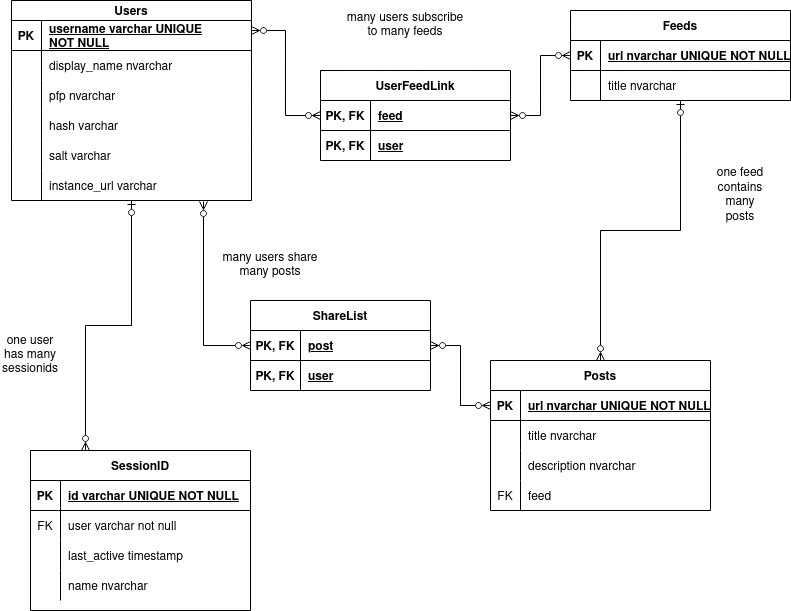
Above: planning/erdiagram.png in kittycat-homes/rssc-intract (draw.io), before the change. Source tidied: cells renumbered, new cells last; positions are measured from the earlier drawing's top-left corner, leaving out a move shared by most shapes.
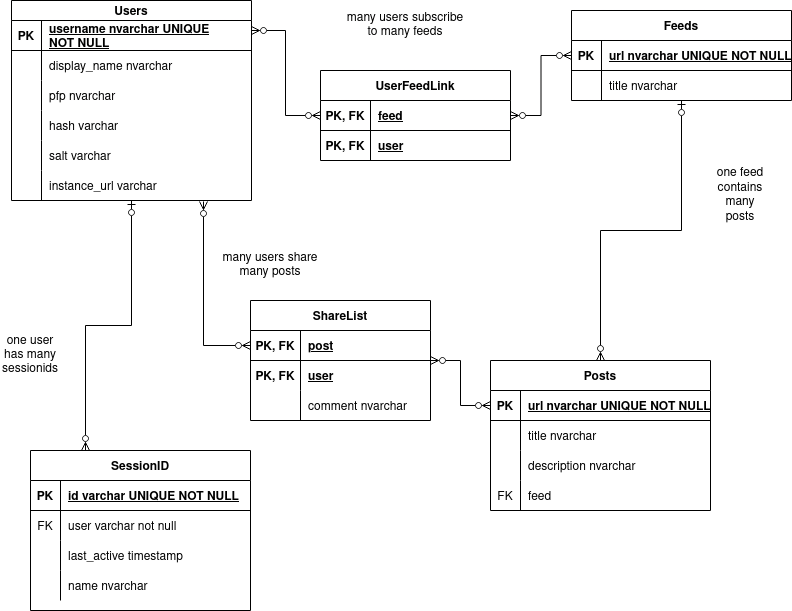
The same diagram one commit later.

The edit, as a diff of the source:
```diff
@@ -14,7 +14,7 @@
     <mxCell id="5" value="PK" style="shape=partialRectangle;fillColor=none;top=0;left=0;bottom=0;right=0;fontStyle=1;overflow=hidden;" parent="4" vertex="1">
       <mxGeometry width="30" height="30" as="geometry" />
     </mxCell>
-    <mxCell id="6" value="username varchar UNIQUE &#10;NOT NULL" style="shape=partialRectangle;fillColor=none;top=0;left=0;bottom=0;right=0;align=left;spacingLeft=6;fontStyle=5;overflow=hidden;" parent="4" vertex="1">
+    <mxCell id="6" value="username nvarchar UNIQUE &#10;NOT NULL" style="shape=partialRectangle;fillColor=none;top=0;left=0;bottom=0;right=0;align=left;spacingLeft=6;fontStyle=5;overflow=hidden;" parent="4" vertex="1">
       <mxGeometry x="30" width="210" height="30" as="geometry" />
     </mxCell>
     <mxCell id="7" style="shape=tableRow;horizontal=0;startSize=0;swimlaneHead=0;swimlaneBody=0;fillColor=none;top=0;left=0;right=0;bottom=0;" parent="3" vertex="1">
@@ -63,7 +63,7 @@
       <mxGeometry x="30" width="210" height="30" as="geometry" />
     </mxCell>
     <mxCell id="22" value="Feeds" style="shape=table;startSize=30;rowLines=0;fontStyle=1;align=center;" parent="1" vertex="1">
-      <mxGeometry x="570" y="10" width="220" height="90" as="geometry" />
+      <mxGeometry x="571" y="10" width="220" height="90" as="geometry" />
     </mxCell>
     <mxCell id="23" style="shape=tableRow;horizontal=0;startSize=0;swimlaneHead=0;swimlaneBody=0;fillColor=none;points=[[0,0.5],[1,0.5]];portConstraint=eastwest;top=0;left=0;right=0;bottom=1;" parent="22" vertex="1">
       <mxGeometry y="30" width="220" height="30" as="geometry" />
@@ -167,7 +167,7 @@
       <mxGeometry relative="1" as="geometry" />
     </mxCell>
     <mxCell id="55" value="ShareList" style="shape=table;startSize=30;rowLines=0;fontStyle=1;align=center;" parent="1" vertex="1">
-      <mxGeometry x="250" y="300" width="180" height="90" as="geometry" />
+      <mxGeometry x="250" y="300" width="180" height="120" as="geometry" />
     </mxCell>
     <mxCell id="56" style="shape=tableRow;horizontal=0;startSize=0;swimlaneHead=0;swimlaneBody=0;fillColor=none;points=[[0,0.5],[1,0.5]];portConstraint=eastwest;top=0;left=0;right=0;bottom=1;" parent="55" vertex="1">
       <mxGeometry y="30" width="180" height="30" as="geometry" />
@@ -187,6 +187,15 @@
     <mxCell id="61" value="user" style="shape=partialRectangle;fillColor=none;top=0;left=0;bottom=0;right=0;align=left;spacingLeft=6;overflow=hidden;fontStyle=5;" parent="59" vertex="1">
       <mxGeometry x="50" width="130" height="30" as="geometry" />
     </mxCell>
+    <mxCell id="78" style="shape=tableRow;horizontal=0;startSize=0;swimlaneHead=0;swimlaneBody=0;fillColor=none;top=0;left=0;right=0;bottom=0;" parent="55" vertex="1">
+      <mxGeometry y="90" width="180" height="30" as="geometry" />
+    </mxCell>
+    <mxCell id="79" style="shape=partialRectangle;fillColor=none;top=0;left=0;bottom=0;right=0;overflow=hidden;fontStyle=1;" parent="78" vertex="1">
+      <mxGeometry width="50" height="30" as="geometry" />
+    </mxCell>
+    <mxCell id="80" value="comment nvarchar" style="shape=partialRectangle;fillColor=none;top=0;left=0;bottom=0;right=0;align=left;spacingLeft=6;overflow=hidden;fontStyle=0;" parent="78" vertex="1">
+      <mxGeometry x="50" width="130" height="30" as="geometry" />
+    </mxCell>
     <mxCell id="62" style="edgeStyle=orthogonalEdgeStyle;rounded=0;jettySize=auto;html=1;startArrow=ERzeroToMany;startFill=0;endArrow=ERzeroToMany;endFill=0;entryX=0.8;entryY=1.033;entryDx=0;entryDy=0;entryPerimeter=0;" parent="1" edge="1" source="56" target="19">
       <mxGeometry relative="1" as="geometry" />
     </mxCell>
```
